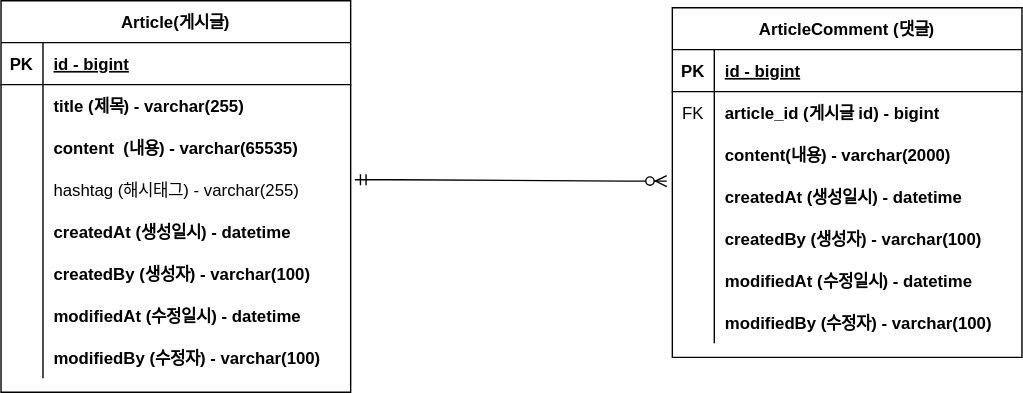
codky/fastcampus-project-board keeps this draw.io diagram as document/project-board-erd.svg. Above is the earlier version. Source tidied: cells renumbered, new cells last; positions are measured from the earlier drawing's top-left corner, leaving out a move shared by most shapes.
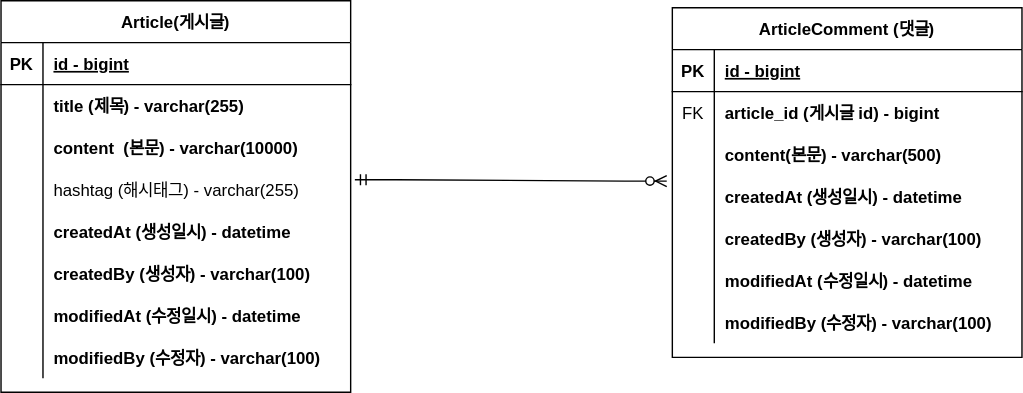
The same file after the commit.

Commit message:
#9 - erd 업데이트: content 사이즈 변경

What changed in the source:
```diff
@@ -29,7 +29,7 @@
     <mxCell id="10" style="shape=partialRectangle;overflow=hidden;fillColor=none;top=0;left=0;bottom=0;right=0;" parent="9" vertex="1">
       <mxGeometry width="30" height="30" as="geometry" />
     </mxCell>
-    <mxCell id="11" value="content(내용) - varchar(2000)" style="shape=partialRectangle;overflow=hidden;fillColor=none;top=0;left=0;bottom=0;right=0;align=left;spacingLeft=6;fontStyle=1;" parent="9" vertex="1">
+    <mxCell id="11" value="content(본문) - varchar(500)" style="shape=partialRectangle;overflow=hidden;fillColor=none;top=0;left=0;bottom=0;right=0;align=left;spacingLeft=6;fontStyle=1;" parent="9" vertex="1">
       <mxGeometry x="30" width="220" height="30" as="geometry" />
     </mxCell>
     <mxCell id="12" style="shape=partialRectangle;fillColor=none;points=[[0,0.5],[1,0.5]];portConstraint=eastwest;top=0;left=0;right=0;bottom=0;" parent="2" vertex="1">
@@ -95,7 +95,7 @@
     <mxCell id="32" style="shape=partialRectangle;overflow=hidden;fillColor=none;top=0;left=0;bottom=0;right=0;" parent="31" vertex="1">
       <mxGeometry width="30" height="30" as="geometry" />
     </mxCell>
-    <mxCell id="33" value="content  (내용) - varchar(65535)" style="shape=partialRectangle;overflow=hidden;fillColor=none;top=0;left=0;bottom=0;right=0;align=left;spacingLeft=6;fontStyle=1;" parent="31" vertex="1">
+    <mxCell id="33" value="content  (본문) - varchar(10000)" style="shape=partialRectangle;overflow=hidden;fillColor=none;top=0;left=0;bottom=0;right=0;align=left;spacingLeft=6;fontStyle=1;" parent="31" vertex="1">
       <mxGeometry x="30" width="220" height="30" as="geometry" />
     </mxCell>
     <mxCell id="34" style="shape=partialRectangle;fillColor=none;points=[[0,0.5],[1,0.5]];portConstraint=eastwest;top=0;left=0;right=0;bottom=0;" parent="24" vertex="1">
```
